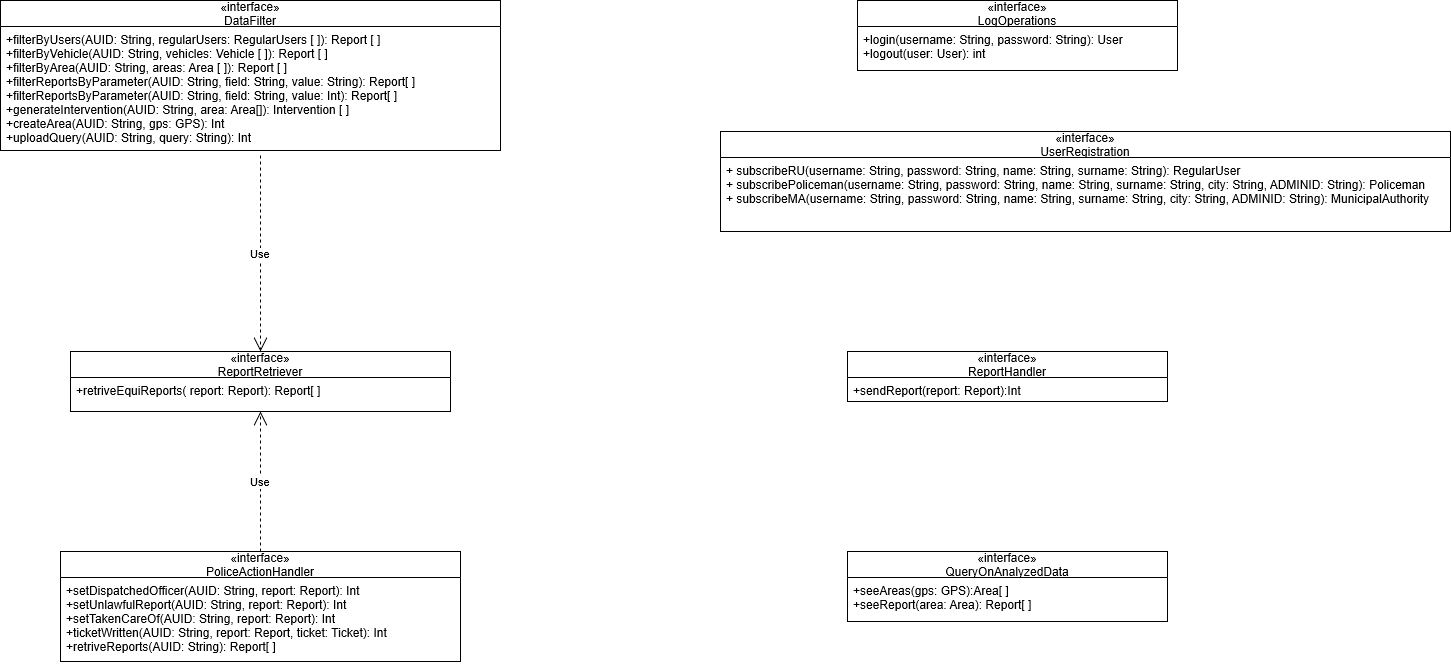
The draw.io diagram DD/Images/interface_diagram.png in fafrullo2/PanzeriPeruginiPipita, before a commit. Source tidied: cells renumbered, new cells last; positions are measured from the earlier drawing's top-left corner, leaving out a move shared by most shapes.
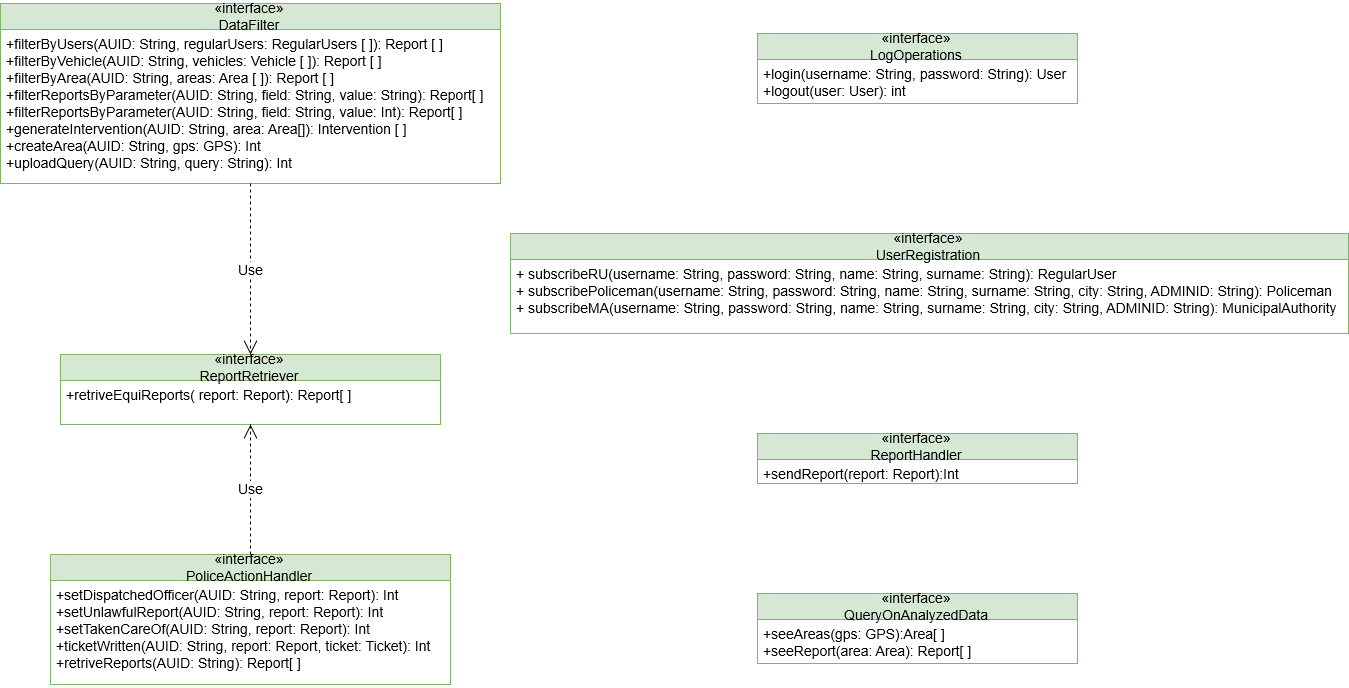
Above is the later version.

Diff of the diagram source:
```diff
@@ -2,54 +2,54 @@
   <root>
     <mxCell id="0" />
     <mxCell id="1" parent="0" />
-    <mxCell id="2" value="«interface»&#10;LogOperations" style="swimlane;fontStyle=0;horizontal=1;startSize=26;fillColor=none;" parent="1" vertex="1">
-      <mxGeometry x="857" width="320" height="70" as="geometry" />
+    <mxCell id="2" value="«interface»&#10;LogOperations" style="swimlane;fontStyle=0;horizontal=1;startSize=26;fontSize=14;fillColor=#d5e8d4;strokeColor=#82b366;" parent="1" vertex="1">
+      <mxGeometry x="847" y="51" width="320" height="70" as="geometry" />
     </mxCell>
-    <mxCell id="3" value="+login(username: String, password: String): User&#10;+logout(user: User): int" style="text;strokeColor=none;fillColor=none;align=left;verticalAlign=top;spacingLeft=4;spacingRight=4;overflow=hidden;" parent="2" vertex="1">
+    <mxCell id="3" value="+login(username: String, password: String): User&#10;+logout(user: User): int" style="text;strokeColor=none;fillColor=none;align=left;verticalAlign=top;spacingLeft=4;spacingRight=4;overflow=hidden;fontSize=14;" parent="2" vertex="1">
       <mxGeometry y="26" width="320" height="44" as="geometry" />
     </mxCell>
-    <mxCell id="4" value="«interface»&#10;UserRegistration" style="swimlane;fontStyle=0;horizontal=1;startSize=26;fillColor=none;" parent="1" vertex="1">
-      <mxGeometry x="720" y="131" width="730" height="100" as="geometry" />
+    <mxCell id="4" value="«interface»&#10;UserRegistration" style="swimlane;fontStyle=0;horizontal=1;startSize=26;fillColor=#d5e8d4;fontSize=14;strokeColor=#82b366;" parent="1" vertex="1">
+      <mxGeometry x="600" y="251" width="838" height="100" as="geometry" />
     </mxCell>
-    <mxCell id="5" value="+ subscribeRU(username: String, password: String, name: String, surname: String): RegularUser&#10;+ subscribePoliceman(username: String, password: String, name: String, surname: String, city: String, ADMINID: String): Policeman&#10;+ subscribeMA(username: String, password: String, name: String, surname: String, city: String, ADMINID: String): MunicipalAuthority" style="text;strokeColor=none;fillColor=none;align=left;verticalAlign=top;spacingLeft=4;spacingRight=4;overflow=hidden;" parent="4" vertex="1">
-      <mxGeometry y="26" width="730" height="74" as="geometry" />
+    <mxCell id="5" value="+ subscribeRU(username: String, password: String, name: String, surname: String): RegularUser&#10;+ subscribePoliceman(username: String, password: String, name: String, surname: String, city: String, ADMINID: String): Policeman&#10;+ subscribeMA(username: String, password: String, name: String, surname: String, city: String, ADMINID: String): MunicipalAuthority" style="text;strokeColor=none;fillColor=none;align=left;verticalAlign=top;spacingLeft=4;spacingRight=4;overflow=hidden;fontSize=14;" parent="4" vertex="1">
+      <mxGeometry y="26" width="838" height="74" as="geometry" />
     </mxCell>
-    <mxCell id="6" value="«interface»&#10;ReportHandler" style="swimlane;fontStyle=0;horizontal=1;startSize=26;fillColor=none;" parent="1" vertex="1">
-      <mxGeometry x="847" y="351" width="320" height="50" as="geometry" />
+    <mxCell id="6" value="«interface»&#10;ReportHandler" style="swimlane;fontStyle=0;horizontal=1;startSize=26;fillColor=#d5e8d4;fontSize=14;strokeColor=#82b366;" parent="1" vertex="1">
+      <mxGeometry x="847" y="451" width="320" height="50" as="geometry" />
     </mxCell>
-    <mxCell id="7" value="+sendReport(report: Report):Int" style="text;strokeColor=none;fillColor=none;align=left;verticalAlign=top;spacingLeft=4;spacingRight=4;overflow=hidden;" parent="6" vertex="1">
+    <mxCell id="7" value="+sendReport(report: Report):Int" style="text;strokeColor=none;fillColor=none;align=left;verticalAlign=top;spacingLeft=4;spacingRight=4;overflow=hidden;fontSize=14;" parent="6" vertex="1">
       <mxGeometry y="26" width="320" height="24" as="geometry" />
     </mxCell>
-    <mxCell id="8" value="«interface»&#10;ReportRetriever" style="swimlane;fontStyle=0;horizontal=1;startSize=26;fillColor=none;" parent="1" vertex="1">
-      <mxGeometry x="70" y="351" width="380" height="60" as="geometry" />
+    <mxCell id="8" value="«interface»&#10;ReportRetriever" style="swimlane;fontStyle=0;horizontal=1;startSize=26;fillColor=#d5e8d4;fontSize=14;strokeColor=#82b366;" parent="1" vertex="1">
+      <mxGeometry x="150" y="372" width="380" height="70" as="geometry" />
     </mxCell>
-    <mxCell id="9" value="+retriveEquiReports( report: Report): Report[ ]" style="text;strokeColor=none;fillColor=none;align=left;verticalAlign=top;spacingLeft=4;spacingRight=4;overflow=hidden;" parent="8" vertex="1">
-      <mxGeometry y="26" width="380" height="34" as="geometry" />
+    <mxCell id="9" value="+retriveEquiReports( report: Report): Report[ ]" style="text;strokeColor=none;fillColor=none;align=left;verticalAlign=top;spacingLeft=4;spacingRight=4;overflow=hidden;fontSize=14;" parent="8" vertex="1">
+      <mxGeometry y="26" width="380" height="44" as="geometry" />
     </mxCell>
-    <mxCell id="10" value="«interface»&#10;PoliceActionHandler" style="swimlane;fontStyle=0;horizontal=1;startSize=26;fillColor=none;" parent="1" vertex="1">
-      <mxGeometry x="60" y="551" width="400" height="110" as="geometry" />
+    <mxCell id="10" value="«interface»&#10;PoliceActionHandler" style="swimlane;fontStyle=0;horizontal=1;startSize=26;fillColor=#d5e8d4;fontSize=14;strokeColor=#82b366;" parent="1" vertex="1">
+      <mxGeometry x="140" y="572" width="400" height="130" as="geometry" />
     </mxCell>
-    <mxCell id="11" value="+setDispatchedOfficer(AUID: String, report: Report): Int&#10;+setUnlawfulReport(AUID: String, report: Report): Int&#10;+setTakenCareOf(AUID: String, report: Report): Int&#10;+ticketWritten(AUID: String, report: Report, ticket: Ticket): Int&#10;+retriveReports(AUID: String): Report[ ]" style="text;strokeColor=none;fillColor=none;align=left;verticalAlign=top;spacingLeft=4;spacingRight=4;overflow=hidden;" parent="10" vertex="1">
-      <mxGeometry y="26" width="400" height="84" as="geometry" />
+    <mxCell id="11" value="+setDispatchedOfficer(AUID: String, report: Report): Int&#10;+setUnlawfulReport(AUID: String, report: Report): Int&#10;+setTakenCareOf(AUID: String, report: Report): Int&#10;+ticketWritten(AUID: String, report: Report, ticket: Ticket): Int&#10;+retriveReports(AUID: String): Report[ ]" style="text;strokeColor=none;fillColor=none;align=left;verticalAlign=top;spacingLeft=4;spacingRight=4;overflow=hidden;fontSize=14;" parent="10" vertex="1">
+      <mxGeometry y="26" width="400" height="104" as="geometry" />
     </mxCell>
-    <mxCell id="12" value="«interface»&#10;QueryOnAnalyzedData" style="swimlane;fontStyle=0;horizontal=1;startSize=26;fillColor=none;" parent="1" vertex="1">
-      <mxGeometry x="847" y="551" width="320" height="70" as="geometry" />
+    <mxCell id="12" value="«interface»&#10;QueryOnAnalyzedData" style="swimlane;fontStyle=0;horizontal=1;startSize=26;fillColor=#d5e8d4;fontSize=14;strokeColor=#82b366;" parent="1" vertex="1">
+      <mxGeometry x="847" y="611" width="320" height="70" as="geometry" />
     </mxCell>
-    <mxCell id="13" value="+seeAreas(gps: GPS):Area[ ]&#10;+seeReport(area: Area): Report[ ]" style="text;strokeColor=none;fillColor=none;align=left;verticalAlign=top;spacingLeft=4;spacingRight=4;overflow=hidden;" parent="12" vertex="1">
+    <mxCell id="13" value="+seeAreas(gps: GPS):Area[ ]&#10;+seeReport(area: Area): Report[ ]" style="text;strokeColor=none;fillColor=none;align=left;verticalAlign=top;spacingLeft=4;spacingRight=4;overflow=hidden;fontSize=14;" parent="12" vertex="1">
       <mxGeometry y="26" width="320" height="44" as="geometry" />
     </mxCell>
-    <mxCell id="14" value="«interface»&#10;DataFilter" style="swimlane;fontStyle=0;horizontal=1;startSize=26;fillColor=none;" parent="1" vertex="1">
-      <mxGeometry width="500" height="150" as="geometry" />
+    <mxCell id="14" value="«interface»&#10;DataFilter" style="swimlane;fontStyle=0;horizontal=1;startSize=26;fillColor=#d5e8d4;fontSize=14;strokeColor=#82b366;" parent="1" vertex="1">
+      <mxGeometry x="90" y="21" width="500" height="180" as="geometry" />
     </mxCell>
-    <mxCell id="15" value="+filterByUsers(AUID: String, regularUsers: RegularUsers [ ]): Report [ ]&#10;+filterByVehicle(AUID: String, vehicles: Vehicle [ ]): Report [ ]&#10;+filterByArea(AUID: String, areas: Area [ ]): Report [ ]&#10;+filterReportsByParameter(AUID: String, field: String, value: String): Report[ ]&#10;+filterReportsByParameter(AUID: String, field: String, value: Int): Report[ ]&#10;+generateIntervention(AUID: String, area: Area[]): Intervention [ ]&#10;+createArea(AUID: String, gps: GPS): Int&#10;+uploadQuery(AUID: String, query: String): Int" style="text;strokeColor=none;fillColor=none;align=left;verticalAlign=top;spacingLeft=4;spacingRight=4;overflow=hidden;" parent="14" vertex="1">
-      <mxGeometry y="26" width="500" height="124" as="geometry" />
+    <mxCell id="15" value="+filterByUsers(AUID: String, regularUsers: RegularUsers [ ]): Report [ ]&#10;+filterByVehicle(AUID: String, vehicles: Vehicle [ ]): Report [ ]&#10;+filterByArea(AUID: String, areas: Area [ ]): Report [ ]&#10;+filterReportsByParameter(AUID: String, field: String, value: String): Report[ ]&#10;+filterReportsByParameter(AUID: String, field: String, value: Int): Report[ ]&#10;+generateIntervention(AUID: String, area: Area[]): Intervention [ ]&#10;+createArea(AUID: String, gps: GPS): Int&#10;+uploadQuery(AUID: String, query: String): Int" style="text;strokeColor=none;fillColor=none;align=left;verticalAlign=top;spacingLeft=4;spacingRight=4;overflow=hidden;fontSize=14;" parent="14" vertex="1">
+      <mxGeometry y="26" width="500" height="154" as="geometry" />
     </mxCell>
-    <mxCell id="16" value="Use" style="endArrow=open;endSize=12;dashed=1;html=1;entryX=0.5;entryY=0;entryDx=0;entryDy=0;" parent="1" edge="1" target="8">
+    <mxCell id="16" value="Use" style="endArrow=open;endSize=12;dashed=1;html=1;entryX=0.5;entryY=0;entryDx=0;entryDy=0;fontSize=14;" parent="1" edge="1" target="8">
       <mxGeometry relative="1" as="geometry">
-        <mxPoint x="260" y="155" as="sourcePoint" />
+        <mxPoint x="340" y="201" as="sourcePoint" />
       </mxGeometry>
     </mxCell>
-    <mxCell id="17" value="Use" style="endArrow=open;endSize=12;dashed=1;html=1;exitX=0.5;exitY=0;exitDx=0;exitDy=0;entryX=0.5;entryY=1;entryDx=0;entryDy=0;" parent="1" edge="1" source="10" target="8">
+    <mxCell id="17" value="Use" style="endArrow=open;endSize=12;dashed=1;html=1;exitX=0.5;exitY=0;exitDx=0;exitDy=0;entryX=0.5;entryY=1;entryDx=0;entryDy=0;fontSize=14;" parent="1" edge="1" source="10" target="8">
       <mxGeometry relative="1" as="geometry" />
     </mxCell>
   </root>
```
